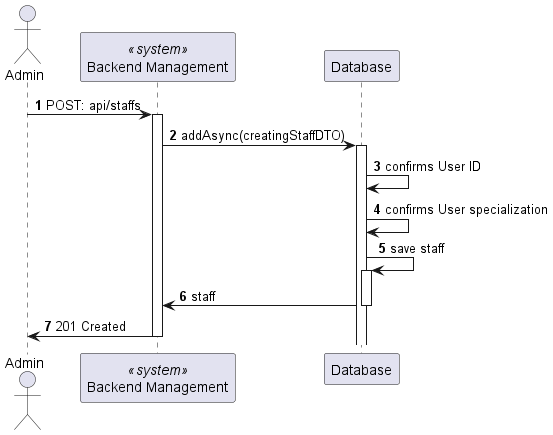
This is docs/StaffProfileCreate/views/level3/process-view1.png from Lapr5G21/sem5pi-24-25-3ddg21, a PlantUML export, as it was before one commit.
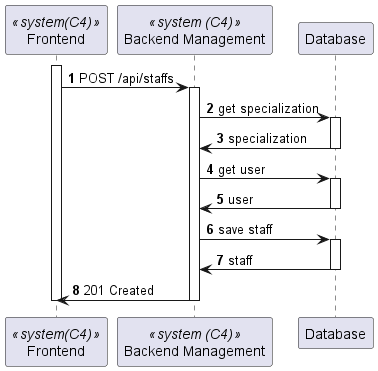
The same file after the commit.

What changed in the source:
```diff
@@ -1,24 +1,31 @@
 @startuml
 
 autonumber
-actor Admin as "Admin"
-participant BE as "Backend Management" <<system>>
+participant FE as "Frontend" <<system(C4)>>
+participant BE as "Backend Management" <<system (C4)>>
 participant DB as "Database"
 
-Admin-> BE : POST: api/staffs
+activate FE
+FE-> BE : POST /api/staffs
 activate BE
 
-BE -> DB : addAsync(creatingStaffDTO)
-
-
+BE -> DB : get specialization
 
 activate DB
 
-DB -> DB : confirms User ID
+DB -> BE : specialization
 
-DB -> DB : confirms User specialization
+deactivate DB
 
-DB -> DB : save staff
+BE -> DB : get user
+
+activate DB
+
+DB -> BE : user
+
+deactivate DB
+
+BE -> DB : save staff
 
 activate DB
 
@@ -26,8 +33,9 @@
 
 deactivate DB
 
-Admin <- BE : 201 Created
+FE <- BE : 201 Created
 
 deactivate BE
+deactivate FE
 
 @enduml
```
